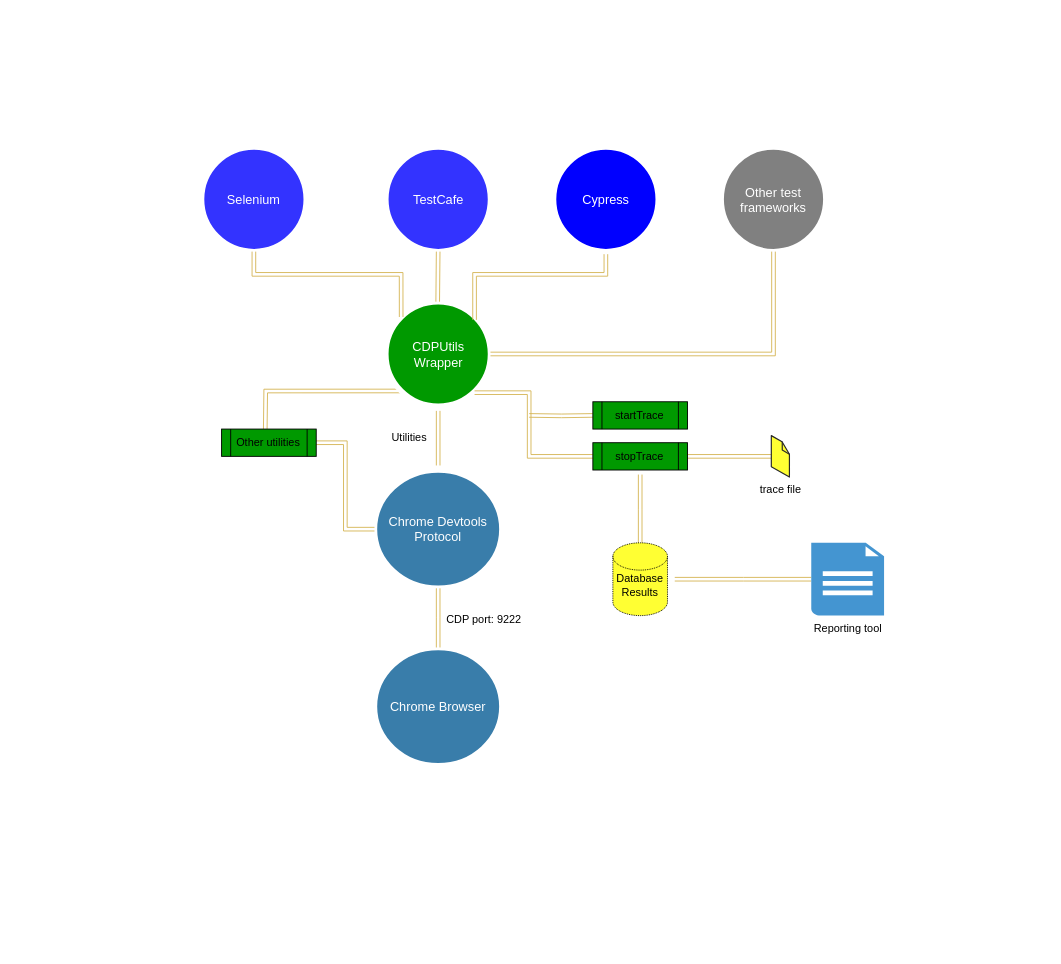
germanbisogno/cdp-utils keeps this draw.io diagram as images/Basic Diagram.drawio. Above is the earlier version. Source tidied: cells renumbered, new cells numbered last; positions are measured from the earlier drawing's top-left corner, leaving out a move shared by most shapes. Both pictures are drawn from the tidied source at 91%, with x=0, y=0 at pixel (201, 147). Pictures stored in the file or linked from it are replaced by grey dashed boxes.
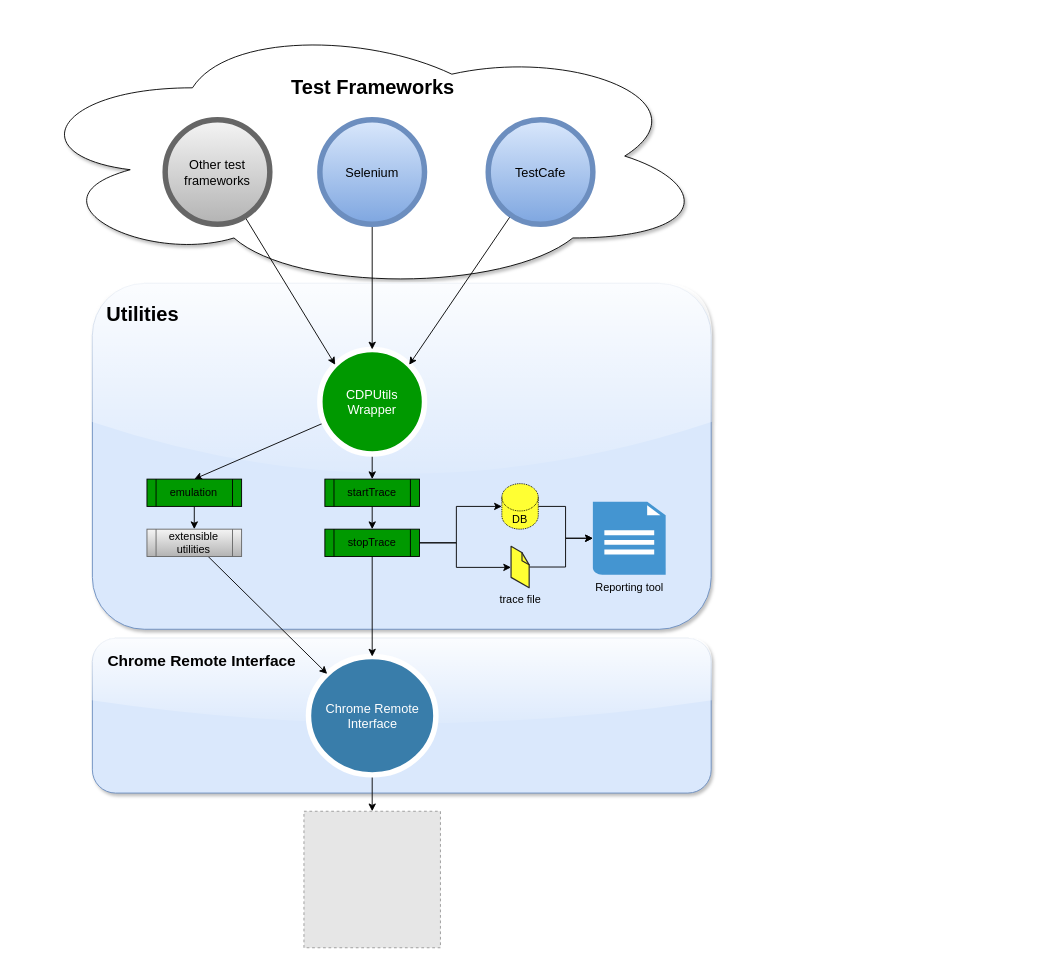
Above is the later version.

What changed in the source:
```diff
@@
-    <mxCell id="2" style="edgeStyle=orthogonalEdgeStyle;rounded=0;orthogonalLoop=1;jettySize=auto;html=1;shape=link;fillColor=#fff2cc;strokeColor=#d6b656;" parent="1" edge="1">
-      <mxGeometry relative="1" as="geometry">
-        <mxPoint x="260" y="290" as="sourcePoint" />
-        <mxPoint x="260" y="350" as="targetPoint" />
-      </mxGeometry>
-    </mxCell>
-    <mxCell id="3" style="edgeStyle=orthogonalEdgeStyle;shape=link;rounded=0;jettySize=auto;html=1;entryX=0;entryY=0.5;entryDx=0;entryDy=0;fillColor=#fff2cc;strokeColor=#d6b656;" parent="1" edge="1" target="21">
-      <mxGeometry relative="1" as="geometry">
-        <mxPoint x="360" y="295" as="sourcePoint" />
-      </mxGeometry>
-    </mxCell>
-    <mxCell id="4" style="edgeStyle=orthogonalEdgeStyle;shape=link;rounded=0;jettySize=auto;html=1;exitX=0;exitY=1;exitDx=0;exitDy=0;fillColor=#fff2cc;strokeColor=#d6b656;" parent="1" edge="1" source="5">
-      <mxGeometry relative="1" as="geometry">
-        <mxPoint x="70" y="310" as="targetPoint" />
-      </mxGeometry>
-    </mxCell>
+    <mxCell id="32" style="ellipse;shape=cloud;whiteSpace=wrap;html=1;rounded=1;shadow=1;glass=1;sketch=0;" parent="1" vertex="1">
+      <mxGeometry x="-200" y="-140" width="760" height="300" as="geometry" />
+    </mxCell>
+    <mxCell id="33" style="rounded=1;whiteSpace=wrap;html=1;fillColor=#dae8fc;strokeColor=#6c8ebf;shadow=1;sketch=0;glass=1;" parent="1" vertex="1">
+      <mxGeometry x="-120" y="540" width="680" height="170" as="geometry" />
+    </mxCell>
+    <mxCell id="34" style="rounded=1;whiteSpace=wrap;html=1;fillColor=#dae8fc;strokeColor=#6c8ebf;shadow=1;sketch=0;glass=1;" parent="1" vertex="1">
+      <mxGeometry x="-120" y="150" width="680" height="380" as="geometry" />
+    </mxCell>
+    <mxCell id="35" style="edgeStyle=none;rounded=0;jettySize=auto;html=1;entryX=0.5;entryY=0;entryDx=0;entryDy=0;startArrow=none;startFill=0;" parent="1" edge="1" source="5" target="48">
+      <mxGeometry relative="1" as="geometry" />
+    </mxCell>
+    <mxCell id="36" style="edgeStyle=none;rounded=0;jettySize=auto;html=1;entryX=0.5;entryY=0;entryDx=0;entryDy=0;startArrow=none;startFill=0;" parent="1" edge="1" source="5" target="21">
+      <mxGeometry relative="1" as="geometry" />
+    </mxCell>
     <mxCell id="5" value="CDPUtils Wrapper" style="ellipse;whiteSpace=wrap;html=1;rounded=0;shadow=0;strokeWidth=6;fontSize=14;align=center;strokeColor=#FFFFFF;fontColor=#FFFFFF;fillColor=#009900;" parent="1" vertex="1">
-      <mxGeometry x="202.5" y="170" width="115" height="115" as="geometry" />
+      <mxGeometry x="130" y="222.5" width="115" height="115" as="geometry" />
     </mxCell>
+    <mxCell id="37" style="edgeStyle=orthogonalEdgeStyle;rounded=0;jettySize=auto;html=1;entryX=0.5;entryY=0;entryDx=0;entryDy=0;" parent="1" edge="1" source="6">
+      <mxGeometry relative="1" as="geometry">
+        <mxPoint x="187.5" y="730" as="targetPoint" />
+      </mxGeometry>
+    </mxCell>
-    <mxCell id="6" value="Chrome Devtools Protocol" style="ellipse;whiteSpace=wrap;html=1;rounded=0;shadow=0;strokeWidth=6;fontSize=14;align=center;fillColor=#397DAA;strokeColor=#FFFFFF;fontColor=#FFFFFF;" parent="1" vertex="1">
-      <mxGeometry x="190" y="355" width="140" height="130" as="geometry" />
+    <mxCell id="6" value="Chrome Remote Interface" style="ellipse;whiteSpace=wrap;html=1;rounded=0;shadow=0;strokeWidth=6;fontSize=14;align=center;fillColor=#397DAA;strokeColor=#FFFFFF;fontColor=#FFFFFF;" parent="1" vertex="1">
+      <mxGeometry x="117.5" y="560" width="140" height="130" as="geometry" />
     </mxCell>
+    <mxCell id="38" style="rounded=0;jettySize=auto;html=1;entryX=1;entryY=0;entryDx=0;entryDy=0;" parent="1" edge="1" source="7" target="5">
+      <mxGeometry relative="1" as="geometry" />
+    </mxCell>
-    <mxCell id="7" value="TestCafe" style="ellipse;whiteSpace=wrap;html=1;rounded=0;shadow=0;strokeWidth=6;fontSize=14;align=center;strokeColor=#FFFFFF;fontColor=#FFFFFF;fillColor=#3333FF;" parent="1" vertex="1">
-      <mxGeometry x="202.5" width="115" height="115" as="geometry" />
+    <mxCell id="7" value="TestCafe" style="ellipse;whiteSpace=wrap;html=1;rounded=0;shadow=0;strokeWidth=6;fontSize=14;align=center;strokeColor=#6c8ebf;fillColor=#dae8fc;gradientColor=#7ea6e0;" parent="1" vertex="1">
+      <mxGeometry x="315" y="-30" width="115" height="115" as="geometry" />
     </mxCell>
@@
+    <mxCell id="15" style="edgeStyle=orthogonalEdgeStyle;rounded=0;jettySize=auto;html=1;" parent="1" edge="1" source="10" target="5">
+      <mxGeometry relative="1" as="geometry" />
+    </mxCell>
-    <mxCell id="10" value="Selenium" style="ellipse;whiteSpace=wrap;html=1;rounded=0;shadow=0;strokeWidth=6;fontSize=14;align=center;strokeColor=#FFFFFF;fontColor=#FFFFFF;fillColor=#3333FF;" parent="1" vertex="1">
-      <mxGeometry width="115" height="115" as="geometry" />
+    <mxCell id="10" value="Selenium" style="ellipse;whiteSpace=wrap;html=1;rounded=0;shadow=0;strokeWidth=6;fontSize=14;align=center;strokeColor=#6c8ebf;fillColor=#dae8fc;gradientColor=#7ea6e0;" parent="1" vertex="1">
+      <mxGeometry x="130" y="-30" width="115" height="115" as="geometry" />
     </mxCell>
-    <mxCell id="11" value="Chrome Browser" style="ellipse;whiteSpace=wrap;html=1;rounded=0;shadow=0;strokeWidth=6;fontSize=14;align=center;fillColor=#397DAA;strokeColor=#FFFFFF;fontColor=#FFFFFF;" parent="1" vertex="1">
-      <mxGeometry x="190" y="550" width="140" height="130" as="geometry" />
-    </mxCell>
-    <mxCell id="12" style="edgeStyle=orthogonalEdgeStyle;rounded=0;jettySize=auto;html=1;shape=link;fillColor=#fff2cc;strokeColor=#d6b656;" parent="1" edge="1" source="6">
-      <mxGeometry relative="1" as="geometry">
-        <mxPoint x="260" y="550" as="targetPoint" />
-      </mxGeometry>
-    </mxCell>
-    <mxCell id="13" value="CDP port: 9222&lt;br&gt;" style="text;html=1;align=center;verticalAlign=middle;fillColor=none;strokeColor=none;rounded=0;" parent="1" vertex="1">
-      <mxGeometry x="260" y="510" width="100" height="20" as="geometry" />
-    </mxCell>
-    <mxCell id="14" style="edgeStyle=orthogonalEdgeStyle;rounded=0;jettySize=auto;html=1;shape=link;fillColor=#fff2cc;strokeColor=#d6b656;exitX=0.5;exitY=1;exitDx=0;exitDy=0;" parent="1" edge="1" source="18">
-      <mxGeometry relative="1" as="geometry">
-        <mxPoint x="300" y="190" as="targetPoint" />
-        <Array as="points">
-          <mxPoint x="444" y="140" />
-          <mxPoint x="300" y="140" />
-        </Array>
-      </mxGeometry>
-    </mxCell>
-    <mxCell id="15" style="edgeStyle=orthogonalEdgeStyle;rounded=0;jettySize=auto;html=1;shape=link;fillColor=#fff2cc;strokeColor=#d6b656;entryX=0;entryY=0;entryDx=0;entryDy=0;exitX=0.5;exitY=1;exitDx=0;exitDy=0;" parent="1" edge="1" source="10" target="5">
-      <mxGeometry relative="1" as="geometry">
-        <Array as="points">
-          <mxPoint x="58" y="140" />
-          <mxPoint x="219" y="140" />
-        </Array>
-      </mxGeometry>
-    </mxCell>
-    <mxCell id="16" style="edgeStyle=orthogonalEdgeStyle;rounded=0;jettySize=auto;html=1;shape=link;fillColor=#fff2cc;strokeColor=#d6b656;" parent="1" edge="1" source="7">
-      <mxGeometry relative="1" as="geometry">
-        <mxPoint x="259.5" y="170" as="targetPoint" />
-      </mxGeometry>
-    </mxCell>
-    <mxCell id="17" value="Utilities" style="text;html=1;align=center;verticalAlign=middle;fillColor=none;strokeColor=none;rounded=0;" parent="1" vertex="1">
-      <mxGeometry x="202.5" y="310" width="50" height="20" as="geometry" />
+    <mxCell id="17" value="&lt;h2&gt;&lt;font style=&quot;font-size: 22px&quot;&gt;Utilities&lt;/font&gt;&lt;/h2&gt;" style="text;html=1;align=center;verticalAlign=middle;fillColor=none;strokeColor=none;rounded=0;" parent="1" vertex="1">
+      <mxGeometry x="-110" y="160" width="90" height="50" as="geometry" />
     </mxCell>
-    <mxCell id="18" value="Cypress" style="ellipse;whiteSpace=wrap;html=1;rounded=0;shadow=0;strokeWidth=6;fontSize=14;align=center;strokeColor=#FFFFFF;fontColor=#FFFFFF;fillColor=#0000FF;" parent="1" vertex="1">
-      <mxGeometry x="386.8" width="115" height="115" as="geometry" />
-    </mxCell>
+    <mxCell id="20" style="edgeStyle=none;rounded=0;jettySize=auto;html=1;entryX=0;entryY=0;entryDx=0;entryDy=0;" parent="1" edge="1" source="19" target="5">
+      <mxGeometry relative="1" as="geometry" />
+    </mxCell>
-    <mxCell id="19" value="Other test frameworks" style="ellipse;whiteSpace=wrap;html=1;rounded=0;shadow=0;strokeWidth=6;fontSize=14;align=center;strokeColor=#FFFFFF;fontColor=#FFFFFF;fillColor=#808080;" parent="1" vertex="1">
-      <mxGeometry x="571" width="115" height="115" as="geometry" />
+    <mxCell id="19" value="Other test frameworks" style="ellipse;whiteSpace=wrap;html=1;rounded=0;shadow=0;strokeWidth=6;fontSize=14;align=center;strokeColor=#666666;fillColor=#f5f5f5;gradientColor=#b3b3b3;" parent="1" vertex="1">
+      <mxGeometry x="-40" y="-30" width="115" height="115" as="geometry" />
     </mxCell>
-    <mxCell id="20" style="edgeStyle=orthogonalEdgeStyle;rounded=0;jettySize=auto;html=1;shape=link;fillColor=#fff2cc;strokeColor=#d6b656;entryX=1;entryY=0.5;entryDx=0;entryDy=0;exitX=0.5;exitY=1;exitDx=0;exitDy=0;sketch=0;" parent="1" edge="1" source="19" target="5">
-      <mxGeometry relative="1" as="geometry" />
-    </mxCell>
+    <mxCell id="39" style="edgeStyle=orthogonalEdgeStyle;rounded=0;jettySize=auto;html=1;startArrow=none;startFill=0;" parent="1" edge="1" source="25" target="31">
+      <mxGeometry relative="1" as="geometry">
+        <Array as="points">
+          <mxPoint x="400" y="462" />
+          <mxPoint x="400" y="430" />
+        </Array>
+      </mxGeometry>
+    </mxCell>
+    <mxCell id="25" value="trace file" style="verticalLabelPosition=bottom;html=1;verticalAlign=top;strokeWidth=1;align=center;outlineConnect=0;dashed=0;outlineConnect=0;shape=mxgraph.aws3d.file;strokeColor=#292929;fillColor=#FFFF33;" parent="1" vertex="1">
+      <mxGeometry x="340.1" y="438.8" width="19.9" height="45.6" as="geometry" />
+    </mxCell>
+    <mxCell id="40" style="edgeStyle=orthogonalEdgeStyle;rounded=0;jettySize=auto;html=1;startArrow=none;startFill=0;" parent="1" edge="1" source="29" target="31">
+      <mxGeometry relative="1" as="geometry">
+        <Array as="points">
+          <mxPoint x="400" y="395" />
+          <mxPoint x="400" y="430" />
+        </Array>
+      </mxGeometry>
+    </mxCell>
+    <mxCell id="29" value="&lt;br&gt;&lt;br&gt;DB" style="shape=cylinder2;whiteSpace=wrap;html=1;boundedLbl=1;backgroundOutline=1;size=15;shadow=0;dashed=1;dashPattern=1 1;fillColor=#FFFF33;" parent="1" vertex="1">
+      <mxGeometry x="330" y="370" width="40" height="50" as="geometry" />
+    </mxCell>
+    <mxCell id="31" value="Reporting tool&lt;br&gt;" style="shadow=0;dashed=0;html=1;strokeColor=none;fillColor=#4495D1;labelPosition=center;verticalLabelPosition=bottom;verticalAlign=top;align=center;outlineConnect=0;shape=mxgraph.veeam.2d.report;dashPattern=1 1;" parent="1" vertex="1">
+      <mxGeometry x="430" y="390" width="80" height="80" as="geometry" />
+    </mxCell>
+    <mxCell id="41" style="edgeStyle=orthogonalEdgeStyle;rounded=0;orthogonalLoop=1;jettySize=auto;html=1;exitX=0.5;exitY=1;exitDx=0;exitDy=0;" parent="1" edge="1" source="34" target="34">
+      <mxGeometry relative="1" as="geometry" />
+    </mxCell>
+    <mxCell id="42" value="&lt;h2&gt;&lt;span style=&quot;font-size: 22px&quot;&gt;Test Frameworks&lt;/span&gt;&lt;/h2&gt;" style="text;html=1;align=center;verticalAlign=middle;fillColor=none;strokeColor=none;rounded=0;" parent="1" vertex="1">
+      <mxGeometry x="92.5" y="-90" width="190" height="50" as="geometry" />
+    </mxCell>
+    <mxCell id="43" style="edgeStyle=none;rounded=0;jettySize=auto;html=1;exitX=0.5;exitY=1;exitDx=0;exitDy=0;entryX=0.5;entryY=0;entryDx=0;entryDy=0;startArrow=none;startFill=0;" parent="1" edge="1" source="21" target="24">
+      <mxGeometry relative="1" as="geometry" />
+    </mxCell>
     <mxCell id="21" value="startTrace" style="shape=process;whiteSpace=wrap;html=1;backgroundOutline=1;fillColor=#009900;" parent="1" vertex="1">
-      <mxGeometry x="430" y="280" width="104" height="30" as="geometry" />
+      <mxGeometry x="135.5" y="365" width="104" height="30" as="geometry" />
     </mxCell>
-    <mxCell id="22" style="edgeStyle=orthogonalEdgeStyle;shape=link;rounded=0;jettySize=auto;html=1;fillColor=#fff2cc;strokeColor=#d6b656;" parent="1" edge="1" source="24">
-      <mxGeometry relative="1" as="geometry">
-        <mxPoint x="300" y="270" as="targetPoint" />
-        <Array as="points">
-          <mxPoint x="360" y="340" />
-          <mxPoint x="360" y="270" />
-        </Array>
-      </mxGeometry>
-    </mxCell>
+    <mxCell id="44" style="edgeStyle=none;rounded=0;jettySize=auto;html=1;entryX=0.5;entryY=0;entryDx=0;entryDy=0;startArrow=none;startFill=0;" parent="1" edge="1" source="24" target="6">
+      <mxGeometry relative="1" as="geometry" />
+    </mxCell>
+    <mxCell id="45" style="edgeStyle=orthogonalEdgeStyle;rounded=0;jettySize=auto;html=1;startArrow=none;startFill=0;" parent="1" edge="1" source="24" target="29">
+      <mxGeometry relative="1" as="geometry">
+        <Array as="points">
+          <mxPoint x="280" y="435" />
+          <mxPoint x="280" y="395" />
+        </Array>
+      </mxGeometry>
+    </mxCell>
-    <mxCell id="23" style="edgeStyle=orthogonalEdgeStyle;shape=link;rounded=0;sketch=0;jettySize=auto;html=1;fillColor=#fff2cc;strokeColor=#d6b656;" parent="1" edge="1" source="24" target="25">
-      <mxGeometry relative="1" as="geometry" />
+    <mxCell id="23" style="edgeStyle=orthogonalEdgeStyle;rounded=0;jettySize=auto;html=1;startArrow=none;startFill=0;" parent="1" edge="1" source="24" target="25">
+      <mxGeometry relative="1" as="geometry">
+        <Array as="points">
+          <mxPoint x="280" y="435" />
+          <mxPoint x="280" y="462" />
+        </Array>
+      </mxGeometry>
     </mxCell>
     <mxCell id="24" value="stopTrace" style="shape=process;whiteSpace=wrap;html=1;backgroundOutline=1;fillColor=#009900;" parent="1" vertex="1">
-      <mxGeometry x="430" y="325" width="104" height="30" as="geometry" />
+      <mxGeometry x="135.5" y="420" width="104" height="30" as="geometry" />
     </mxCell>
-    <mxCell id="25" value="trace file" style="verticalLabelPosition=bottom;html=1;verticalAlign=top;strokeWidth=1;align=center;outlineConnect=0;dashed=0;outlineConnect=0;shape=mxgraph.aws3d.file;strokeColor=#292929;fillColor=#FFFF33;" parent="1" vertex="1">
-      <mxGeometry x="626.1" y="317.2" width="19.9" height="45.6" as="geometry" />
-    </mxCell>
-    <mxCell id="26" style="edgeStyle=orthogonalEdgeStyle;shape=link;rounded=0;sketch=0;jettySize=auto;html=1;entryX=0;entryY=0.5;entryDx=0;entryDy=0;fillColor=#fff2cc;strokeColor=#d6b656;" parent="1" edge="1" source="27" target="6">
-      <mxGeometry relative="1" as="geometry" />
-    </mxCell>
-    <mxCell id="27" value="Other utilities" style="shape=process;whiteSpace=wrap;html=1;backgroundOutline=1;fillColor=#009900;" parent="1" vertex="1">
-      <mxGeometry x="22" y="310" width="104" height="30" as="geometry" />
-    </mxCell>
-    <mxCell id="28" style="edgeStyle=orthogonalEdgeStyle;shape=link;rounded=0;sketch=0;jettySize=auto;html=1;fillColor=#fff2cc;strokeColor=#d6b656;" parent="1" edge="1" source="29">
-      <mxGeometry relative="1" as="geometry">
-        <mxPoint x="482" y="360" as="targetPoint" />
-      </mxGeometry>
-    </mxCell>
-    <mxCell id="29" value="&lt;br&gt;Database Results" style="shape=cylinder2;whiteSpace=wrap;html=1;boundedLbl=1;backgroundOutline=1;size=15;shadow=0;dashed=1;dashPattern=1 1;fillColor=#FFFF33;" parent="1" vertex="1">
-      <mxGeometry x="452" y="435" width="60" height="80" as="geometry" />
-    </mxCell>
-    <mxCell id="30" style="edgeStyle=orthogonalEdgeStyle;shape=link;rounded=0;sketch=0;jettySize=auto;html=1;fillColor=#fff2cc;strokeColor=#d6b656;" parent="1" edge="1" source="31">
-      <mxGeometry relative="1" as="geometry">
-        <mxPoint x="520" y="475" as="targetPoint" />
-      </mxGeometry>
-    </mxCell>
-    <mxCell id="31" value="Reporting tool&lt;br&gt;" style="shadow=0;dashed=0;html=1;strokeColor=none;fillColor=#4495D1;labelPosition=center;verticalLabelPosition=bottom;verticalAlign=top;align=center;outlineConnect=0;shape=mxgraph.veeam.2d.report;dashPattern=1 1;" parent="1" vertex="1">
-      <mxGeometry x="670" y="435" width="80" height="80" as="geometry" />
-    </mxCell>
+    <mxCell id="46" style="edgeStyle=none;rounded=0;orthogonalLoop=1;jettySize=auto;html=1;exitX=0;exitY=0.5;exitDx=0;exitDy=0;startArrow=none;startFill=0;" parent="1" edge="1" source="34" target="34">
+      <mxGeometry relative="1" as="geometry" />
+    </mxCell>
+    <mxCell id="47" style="edgeStyle=orthogonalEdgeStyle;rounded=0;jettySize=auto;html=1;exitX=0.5;exitY=1;exitDx=0;exitDy=0;entryX=0.5;entryY=0;entryDx=0;entryDy=0;startArrow=none;startFill=0;" parent="1" edge="1" source="48" target="50">
+      <mxGeometry relative="1" as="geometry" />
+    </mxCell>
+    <mxCell id="48" value="emulation" style="shape=process;whiteSpace=wrap;html=1;backgroundOutline=1;fillColor=#009900;" parent="1" vertex="1">
+      <mxGeometry x="-60" y="365" width="104" height="30" as="geometry" />
+    </mxCell>
+    <mxCell id="49" style="rounded=0;jettySize=auto;html=1;entryX=0;entryY=0;entryDx=0;entryDy=0;startArrow=none;startFill=0;" parent="1" edge="1" source="50" target="6">
+      <mxGeometry relative="1" as="geometry" />
+    </mxCell>
+    <mxCell id="50" value="extensible utilities" style="shape=process;whiteSpace=wrap;html=1;backgroundOutline=1;fillColor=#f5f5f5;strokeColor=#666666;gradientColor=#b3b3b3;" parent="1" vertex="1">
+      <mxGeometry x="-60" y="420" width="104" height="30" as="geometry" />
+    </mxCell>
+    <mxCell id="51" value="&lt;h2&gt;&lt;font style=&quot;font-size: 17px&quot;&gt;Chrome Remote Interface&lt;/font&gt;&lt;/h2&gt;" style="text;html=1;align=center;verticalAlign=middle;fillColor=none;strokeColor=none;rounded=0;" parent="1" vertex="1">
+      <mxGeometry x="-110" y="540" width="220" height="50" as="geometry" />
+    </mxCell>
+    <mxCell id="52" style="fillColor=#E6E6E6;strokeColor=#999999;dashed=1;" parent="1" vertex="1">
+      <mxGeometry x="112.5" y="730" width="150" height="150" as="geometry" />
+    </mxCell>
```
